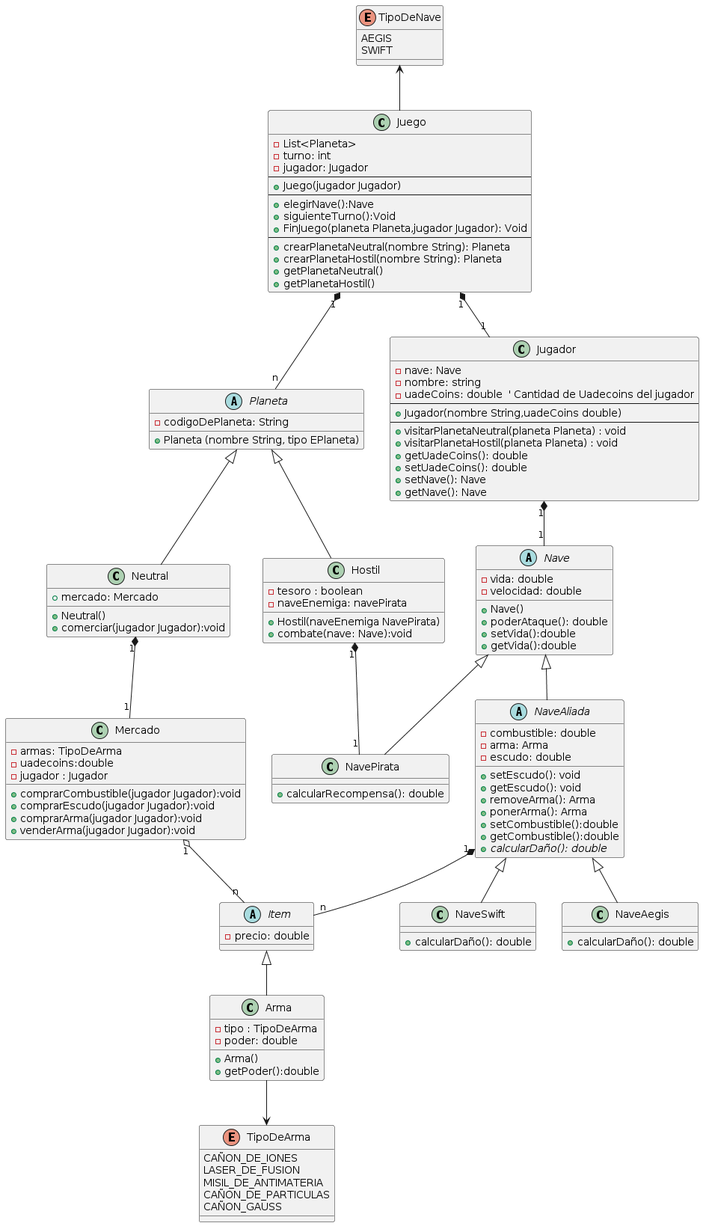
This is src/TPO_classDiagram/DiagramaDeClases.png from ianlio-git/LostGalaxy, a PlantUML export, as it was before one commit. Source of this version:
```plantuml
@startuml
TipoDeNave <-- Juego
enum TipoDeNave{
    AEGIS
    SWIFT
}
Arma --> TipoDeArma
enum TipoDeArma{
   CAÑON_DE_IONES
   LASER_DE_FUSION
   MISIL_DE_ANTIMATERIA
   CAÑON_DE_PARTICULAS
   CAÑON_GAUSS
}
Juego "1" *-- "n" Planeta
Juego "1" *-- "1" Jugador
class Juego {
    - List<Planeta>
    - turno: int
    - jugador: Jugador
    --
    + Juego(jugador Jugador)
    --
    + elegirNave():Nave
    + siguienteTurno():Void
    + FinJuego(planeta Planeta,jugador Jugador): Void
    --
    + crearPlanetaNeutral(nombre String): Planeta
    + crearPlanetaHostil(nombre String): Planeta
    + getPlanetaNeutral()
    + getPlanetaHostil()
}
Jugador "1" *-- "1" Nave
class Jugador {
    - nave: Nave
    - nombre: string
    - uadeCoins: double  ' Cantidad de Uadecoins del jugador
    --
    + Jugador(nombre String,uadeCoins double)
    --
    + visitarPlanetaNeutral(planeta Planeta) : void
    + visitarPlanetaHostil(planeta Planeta) : void
    + getUadeCoins(): double
    + setUadeCoins(): double
    + setNave(): Nave
    + getNave(): Nave
}

abstract class Nave {
    - vida: double
    - velocidad: double
    + Nave()
    + poderAtaque(): double
    + setVida():double
    + getVida():double
}
abstract class NaveAliada extends Nave{
 - combustible: double
 - arma: Arma
 - escudo: double
 + setEscudo(): void
 + getEscudo(): void
 + removeArma(): Arma
 + ponerArma(): Arma
 + setCombustible():double
 + getCombustible():double
 + {abstract} calcularDaño(): double
}
class NaveAegis extends NaveAliada{
+ calcularDaño(): double
}
class NaveSwift extends NaveAliada {
+ calcularDaño(): double
}
NaveAliada "1"*--"n" Item
abstract class Item{
- precio: double

}
class Arma extends Item{
    - tipo : TipoDeArma
    - poder: double
    + Arma()
    + getPoder():double
}


Hostil "1"*--"1" NavePirata
class NavePirata extends Nave {
    + calcularRecompensa(): double
}


Neutral "1"*--"1" Mercado
abstract class Planeta {
    - codigoDePlaneta: String
    + Planeta (nombre String, tipo EPlaneta)
}

class Neutral extends Planeta{
    + mercado: Mercado
    + Neutral()
    + comerciar(jugador Jugador):void
}
Mercado "1" o-- "n" Item
class Mercado {
    -armas: TipoDeArma
    -uadecoins:double
    -jugador : Jugador
    + comprarCombustible(jugador Jugador):void
    + comprarEscudo(jugador Jugador):void
    + comprarArma(jugador Jugador):void
    + venderArma(jugador Jugador):void

}

class Hostil extends Planeta{
    - tesoro : boolean
    - naveEnemiga: navePirata
    + Hostil(naveEnemiga NavePirata)
    + combate(nave: Nave):void
}
@enduml
```
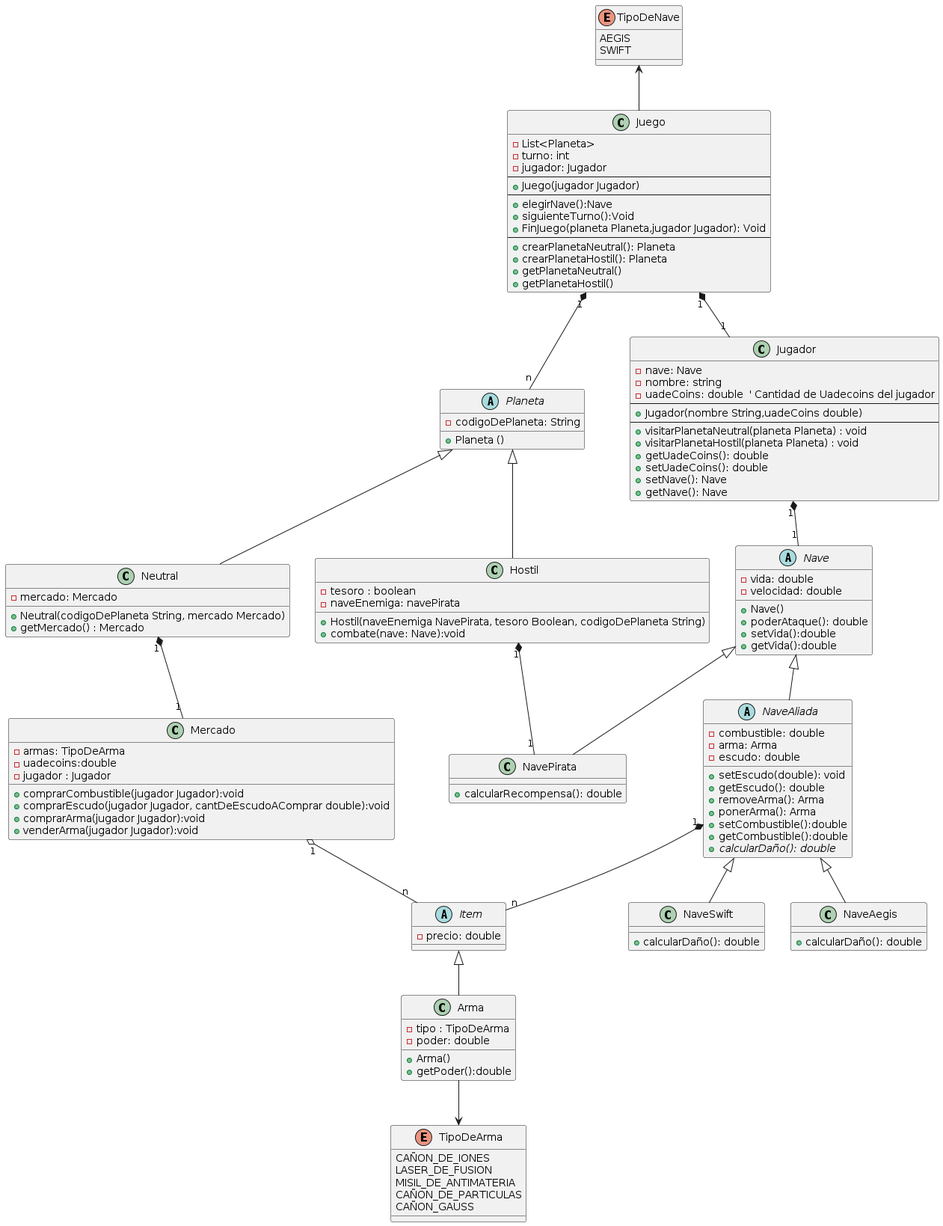
Later version of the same file.

Commit message:
.png de cada diagrama actualizado

What changed in the source:
```diff
@@ -25,8 +25,8 @@
     + siguienteTurno():Void
     + FinJuego(planeta Planeta,jugador Jugador): Void
     --
-    + crearPlanetaNeutral(nombre String): Planeta
-    + crearPlanetaHostil(nombre String): Planeta
+    + crearPlanetaNeutral(): Planeta
+    + crearPlanetaHostil(): Planeta
     + getPlanetaNeutral()
     + getPlanetaHostil()
 }
@@ -58,8 +58,8 @@
  - combustible: double
  - arma: Arma
  - escudo: double
- + setEscudo(): void
- + getEscudo(): void
+ + setEscudo(double): void
+ + getEscudo(): double
  + removeArma(): Arma
  + ponerArma(): Arma
  + setCombustible():double
@@ -94,13 +94,14 @@
 Neutral "1"*--"1" Mercado
 abstract class Planeta {
     - codigoDePlaneta: String
-    + Planeta (nombre String, tipo EPlaneta)
+    + Planeta ()
 }
 
 class Neutral extends Planeta{
-    + mercado: Mercado
-    + Neutral()
-    + comerciar(jugador Jugador):void
+    - mercado: Mercado
+    + Neutral(codigoDePlaneta String, mercado Mercado)
+    + getMercado() : Mercado
+
 }
 Mercado "1" o-- "n" Item
 class Mercado {
@@ -108,16 +109,18 @@
     -uadecoins:double
     -jugador : Jugador
     + comprarCombustible(jugador Jugador):void
-    + comprarEscudo(jugador Jugador):void
+    + comprarEscudo(jugador Jugador, cantDeEscudoAComprar double):void
     + comprarArma(jugador Jugador):void
     + venderArma(jugador Jugador):void
 
 }
 
+
+
 class Hostil extends Planeta{
     - tesoro : boolean
     - naveEnemiga: navePirata
-    + Hostil(naveEnemiga NavePirata)
+    + Hostil(naveEnemiga NavePirata, tesoro Boolean, codigoDePlaneta String)
     + combate(nave: Nave):void
 }
 @enduml
```
